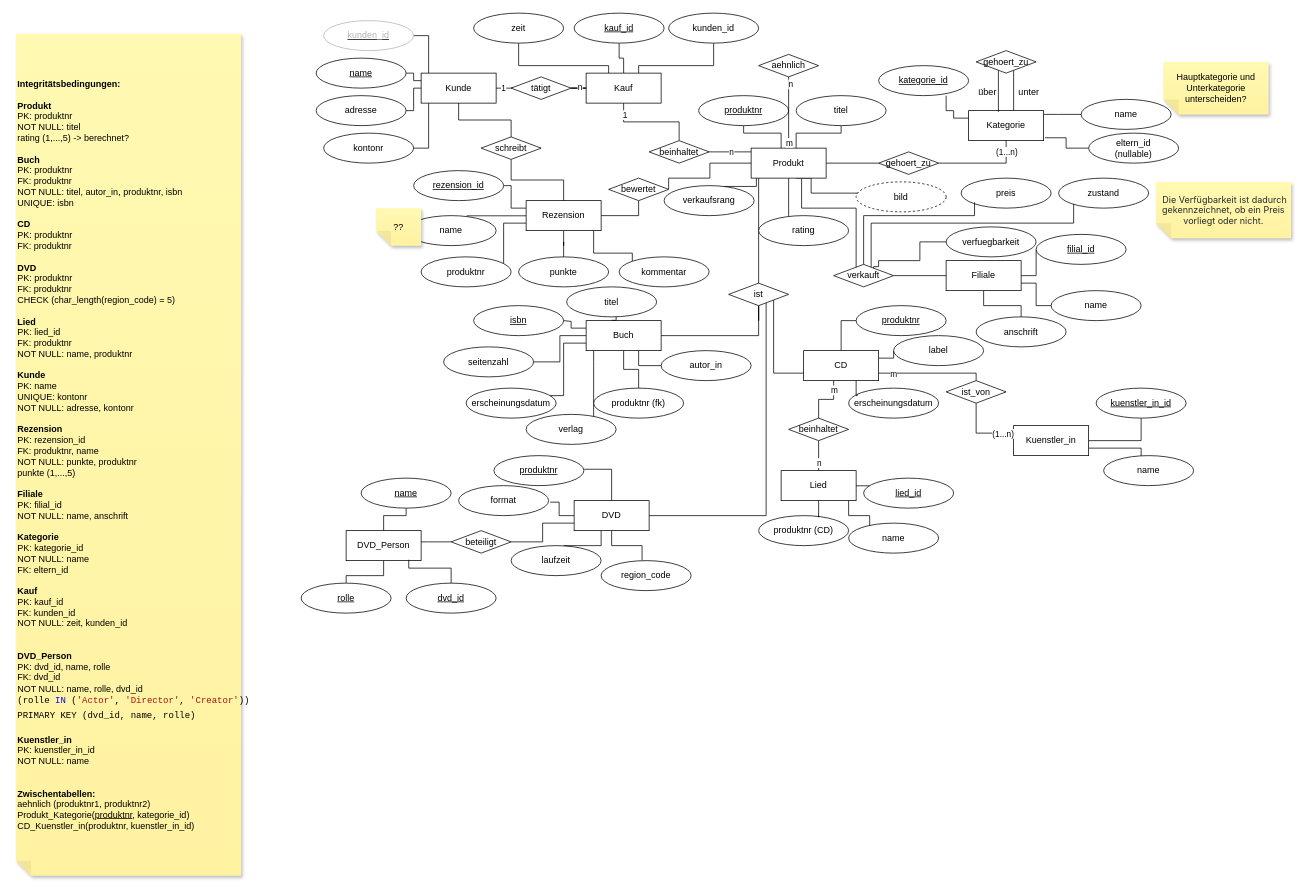
This is ERM/MediaStoreERM.drawio from alicenanana/DBPraktikum, a draw.io file, before an edit. Source tidied: cells renumbered, new cells numbered last; positions are measured from the earlier drawing's top-left corner, leaving out a move shared by most shapes. Both pictures are drawn from the tidied source at 75%, with x=0, y=0 at pixel (16, 13).
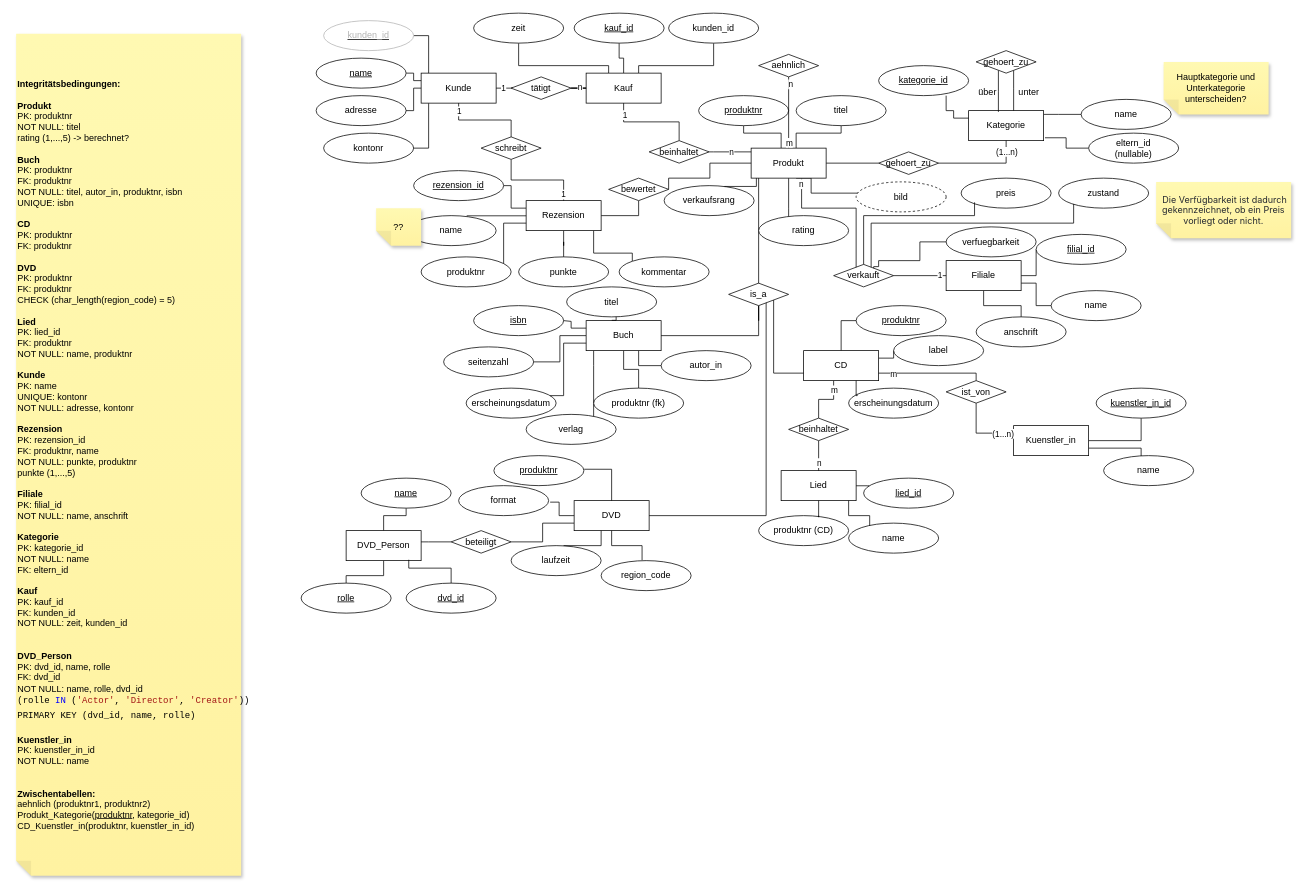
After the change.

The change refers to these unchanged cells:
```xml
<mxCell id="82" style="edgeStyle=orthogonalEdgeStyle;rounded=0;jettySize=auto;html=1;endArrow=none;startFill=0;" parent="1" edge="1" source="84" target="34">
  <mxGeometry relative="1" as="geometry" />
</mxCell>
<mxCell id="85" style="edgeStyle=orthogonalEdgeStyle;rounded=0;jettySize=auto;html=1;entryX=0.673;entryY=1.021;entryDx=0;entryDy=0;entryPerimeter=0;endArrow=none;startFill=0;" parent="1" edge="1" source="84" target="28">
  <mxGeometry relative="1" as="geometry">
    <Array as="points">
      <mxPoint x="1120" y="260" />
      <mxPoint x="1047" y="260" />
    </Array>
  </mxGeometry>
</mxCell>
<mxCell id="90" style="edgeStyle=orthogonalEdgeStyle;rounded=0;jettySize=auto;html=1;endArrow=none;startFill=0;" parent="1" edge="1" source="92" target="2">
  <mxGeometry relative="1" as="geometry" />
</mxCell>
<mxCell id="91" style="edgeStyle=orthogonalEdgeStyle;rounded=0;jettySize=auto;html=1;endArrow=none;startFill=0;" parent="1" edge="1" source="92" target="39">
  <mxGeometry relative="1" as="geometry" />
</mxCell>
```

What changed in the source:
```diff
@@
+    <mxCell id="164" value="1" style="edgeLabel;html=1;align=center;verticalAlign=middle;" parent="82" vertex="1">
+      <mxGeometry x="0.73" y="1" relative="1" as="geometry" />
+    </mxCell>
@@
+    <mxCell id="165" value="n" style="edgeLabel;html=1;align=center;verticalAlign=middle;" parent="85" vertex="1">
+      <mxGeometry x="0.93" y="1" relative="1" as="geometry" />
+    </mxCell>
@@
+    <mxCell id="166" value="1" style="edgeLabel;html=1;align=center;verticalAlign=middle;" parent="90" vertex="1">
+      <mxGeometry x="0.82" relative="1" as="geometry" />
+    </mxCell>
@@
+    <mxCell id="167" value="1" style="edgeLabel;html=1;align=center;verticalAlign=middle;" parent="91" vertex="1">
+      <mxGeometry x="0.86" y="-1" relative="1" as="geometry" />
+    </mxCell>
@@
-    <mxCell id="99" value="ist" style="rhombus;whiteSpace=wrap;html=1;" parent="1" vertex="1">
+    <mxCell id="99" value="is_a" style="rhombus;whiteSpace=wrap;html=1;" parent="1" vertex="1">
       <mxGeometry x="950" y="360" width="80" height="30" as="geometry" />
     </mxCell>
```
